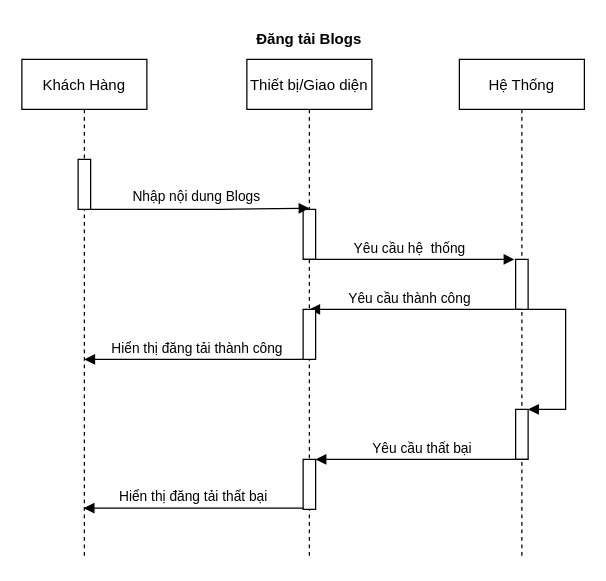
Above: Drawio/Up_Blog.drawio in LuanMinhNguyen/nhom2thuctapchuyennganh (draw.io), before the change. Source tidied: cells renumbered, new cells numbered last; positions are measured from the earlier drawing's top-left corner, leaving out a move shared by most shapes. Both pictures are drawn from the tidied source at 125%, with x=0, y=0 at pixel (21, 21).
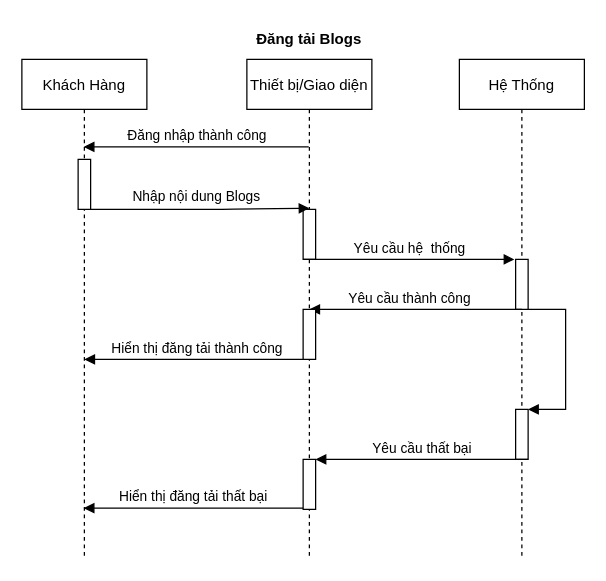
Above is the later version.

Commit message:
Dang_tai_blog

The change refers to these unchanged cells:
```xml
<mxCell id="2" value="Khách Hàng" style="shape=umlLifeline;perimeter=lifelinePerimeter;rounded=0;shadow=0;strokeWidth=1;" parent="1" vertex="1">
  <mxGeometry y="30" width="100" height="400" as="geometry" />
</mxCell>
<mxCell id="4" value="Thiết bị/Giao diện" style="shape=umlLifeline;perimeter=lifelinePerimeter;rounded=0;shadow=0;strokeWidth=1;" parent="1" vertex="1">
  <mxGeometry x="180" y="30" width="100" height="400" as="geometry" />
</mxCell>
```

Diff of the diagram source:
```diff
@@
+    <mxCell id="19" value="Đăng nhập thành công" style="html=1;verticalAlign=bottom;endArrow=block;" parent="1" edge="1" source="4" target="2">
+      <mxGeometry relative="1" as="geometry">
+        <Array as="points">
+          <mxPoint x="150" y="100" />
+        </Array>
+      </mxGeometry>
+    </mxCell>
```
